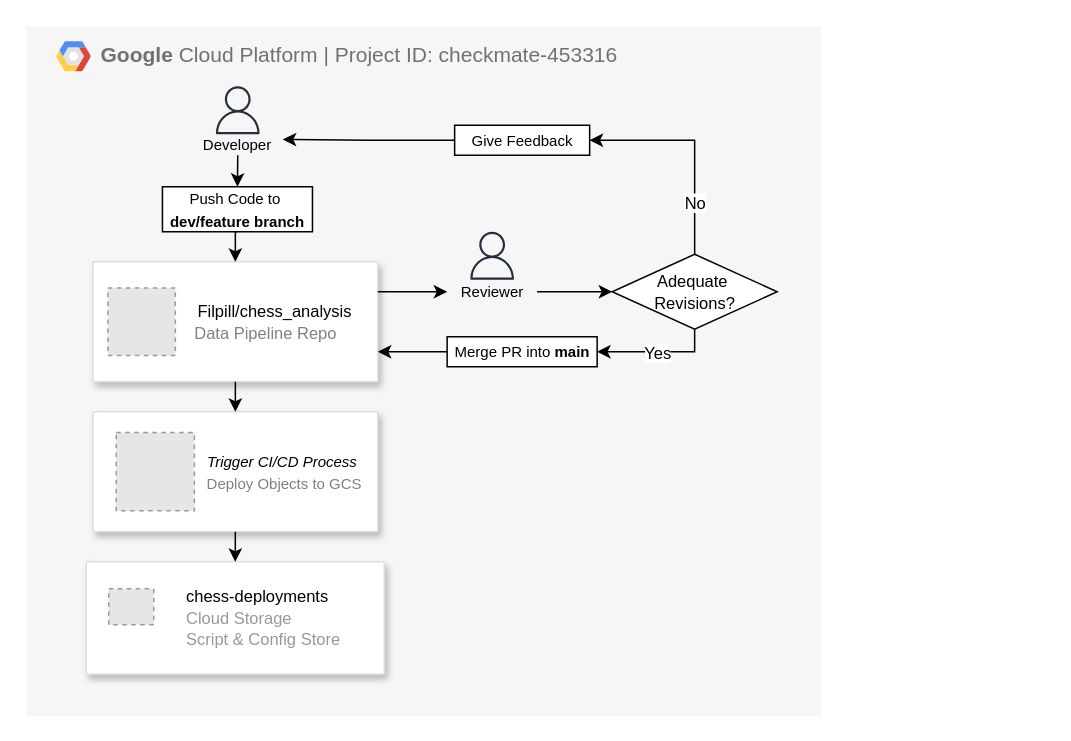
Above: page "Git CI/CD" (1 of 2) of diagrams/architecture/chess_pipeline_architecture.drawio in Filpill/chess_analysis (draw.io), before the change. Source tidied: cells renumbered, new cells numbered last; positions are measured from the earlier drawing's top-left corner, leaving out a move shared by most shapes. Both pictures are drawn from the tidied source at 150%, with x=0, y=0 at pixel (26, 26). Pictures stored in the file or linked from it are replaced by grey dashed boxes.
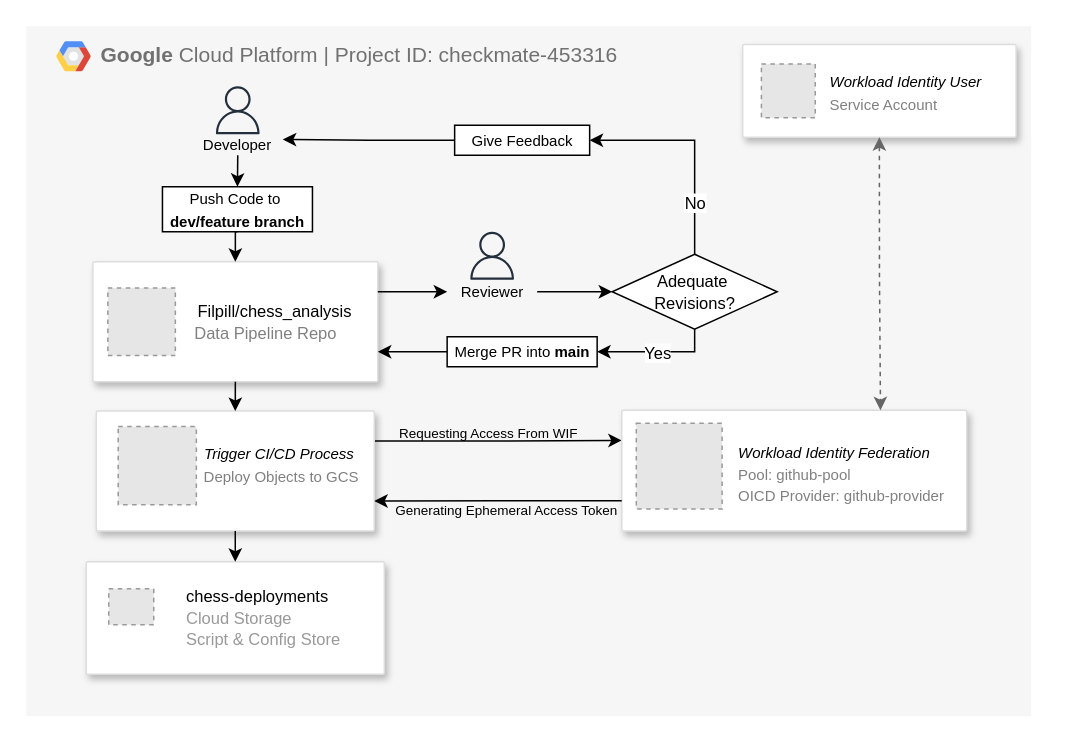
The same diagram, later.

Commit message (it also covers changes not shown here):
updating cicd diagram

The edit, as a diff of the source:
```diff
@@
     <mxCell id="2" value="&lt;b&gt;Google &lt;/b&gt;Cloud Platform | Project ID: checkmate-453316" style="fillColor=#F6F6F6;strokeColor=none;shadow=0;gradientColor=none;fontSize=14;align=left;spacing=10;fontColor=#717171;9E9E9E;verticalAlign=top;spacingTop=-4;fontStyle=0;spacingLeft=40;html=1;whiteSpace=wrap;" parent="1" vertex="1">
-      <mxGeometry width="530" height="460" as="geometry" />
+      <mxGeometry width="670" height="460" as="geometry" />
     </mxCell>
@@
+    <mxCell id="37" style="edgeStyle=orthogonalEdgeStyle;rounded=0;jettySize=auto;html=1;exitX=1;exitY=0.25;exitDx=0;exitDy=0;entryX=0;entryY=0.25;entryDx=0;entryDy=0;" parent="2" edge="1" source="4" target="44">
+      <mxGeometry relative="1" as="geometry" />
+    </mxCell>
     <mxCell id="4" style="strokeColor=#dddddd;shadow=1;strokeWidth=1;rounded=1;absoluteArcSize=1;arcSize=2;align=right;fontColor=#CCCCCC;" parent="2" vertex="1">
-      <mxGeometry x="44.4" y="257" width="190" height="80" as="geometry" />
+      <mxGeometry x="46.7" y="256.5" width="185.3" height="80" as="geometry" />
     </mxCell>
     <mxCell id="5" style="group;" parent="2" vertex="1">
-      <mxGeometry x="60" y="270.9" width="141.2" height="52.1" as="geometry" />
+      <mxGeometry x="61.3" y="266.9" width="178.5" height="52.1" as="geometry" />
     </mxCell>
+    <mxCell id="7" style="fillColor=#E6E6E6;strokeColor=#999999;dashed=1;" parent="5" vertex="1">
+      <mxGeometry width="52.1" height="52.1" as="geometry" />
+    </mxCell>
+    <mxCell id="38" style="group;" parent="2" vertex="1">
+      <mxGeometry x="497.7" y="4.2" width="182.3" height="61.8" as="geometry" />
+    </mxCell>
+    <mxCell id="39" style="group;" parent="38" vertex="1">
+      <mxGeometry x="-20.1" y="8" width="182.3" height="61.8" as="geometry" />
+    </mxCell>
+    <mxCell id="40" style="strokeColor=#dddddd;shadow=1;strokeWidth=1;rounded=1;absoluteArcSize=1;arcSize=2;align=right;fontColor=#CCCCCC;" parent="39" vertex="1">
+      <mxGeometry width="182.3" height="61.8" as="geometry" />
+    </mxCell>
+    <mxCell id="41" value="&lt;br&gt;&lt;div&gt;&lt;div style=&quot;text-wrap-mode: nowrap;&quot;&gt;&lt;font style=&quot;font-size: 10px; color: rgb(0, 0, 0);&quot;&gt;&lt;i style=&quot;&quot;&gt;Workload Identity User&lt;/i&gt;&lt;/font&gt;&lt;/div&gt;&lt;div style=&quot;text-wrap-mode: nowrap; color: rgb(153, 153, 153);&quot;&gt;&lt;span style=&quot;font-size: 10px; color: rgb(128, 128, 128); background-color: transparent;&quot;&gt;Service Account&lt;/span&gt;&lt;/div&gt;&lt;/div&gt;" style="text;html=1;align=left;verticalAlign=middle;whiteSpace=wrap;rounded=0;" parent="39" vertex="1">
+      <mxGeometry x="56.2" y="12.9" width="69.8" height="23.2" as="geometry" />
+    </mxCell>
+    <mxCell id="42" style="fillColor=#E6E6E6;strokeColor=#999999;dashed=1;" parent="39" vertex="1">
+      <mxGeometry x="12.5" y="12.9" width="35.9" height="35.9" as="geometry" />
+    </mxCell>
+    <mxCell id="43" style="group;" parent="2" vertex="1">
+      <mxGeometry x="397" y="256" width="230" height="80.5" as="geometry" />
+    </mxCell>
+    <mxCell id="44" style="strokeColor=#dddddd;shadow=1;strokeWidth=1;rounded=1;absoluteArcSize=1;arcSize=2;align=right;fontColor=#CCCCCC;" parent="43" vertex="1">
+      <mxGeometry width="230" height="80.5" as="geometry" />
+    </mxCell>
+    <mxCell id="45" value="&lt;br&gt;&lt;div&gt;&lt;div style=&quot;text-wrap-mode: nowrap;&quot;&gt;&lt;font style=&quot;font-size: 10px; color: rgb(0, 0, 0);&quot;&gt;&lt;i style=&quot;&quot;&gt;Workload Identity Federation&lt;/i&gt;&lt;/font&gt;&lt;/div&gt;&lt;div style=&quot;text-wrap-mode: nowrap; color: rgb(153, 153, 153);&quot;&gt;&lt;font color=&quot;#808080&quot;&gt;&lt;span style=&quot;font-size: 10px;&quot;&gt;Pool: github-pool&lt;/span&gt;&lt;/font&gt;&lt;/div&gt;&lt;/div&gt;&lt;div style=&quot;text-wrap-mode: nowrap; color: rgb(153, 153, 153);&quot;&gt;&lt;font color=&quot;#808080&quot;&gt;&lt;span style=&quot;font-size: 10px;&quot;&gt;OICD Provider: github-provider&lt;/span&gt;&lt;/font&gt;&lt;/div&gt;" style="text;html=1;align=left;verticalAlign=middle;whiteSpace=wrap;rounded=0;" parent="43" vertex="1">
+      <mxGeometry x="75.6" y="20.1" width="72.7" height="30.2" as="geometry" />
+    </mxCell>
+    <mxCell id="46" style="fillColor=#E6E6E6;strokeColor=#999999;dashed=1;" parent="43" vertex="1">
+      <mxGeometry x="9.7" y="8.7" width="57.2" height="57.2" as="geometry" />
+    </mxCell>
-    <mxCell id="6" value="&lt;br&gt;&lt;div&gt;&lt;i style=&quot;font-size: 11px; text-wrap-mode: nowrap;&quot;&gt;&lt;font style=&quot;font-size: 10px;&quot;&gt;Trigger CI/CD Process&lt;/font&gt;&lt;/i&gt;&lt;br&gt;&lt;div style=&quot;text-align: right; text-wrap-mode: nowrap; color: rgb(153, 153, 153);&quot;&gt;&lt;font style=&quot;font-size: 10px;&quot; color=&quot;#808080&quot;&gt;&amp;nbsp;Deploy Objects to GCS&lt;/font&gt;&lt;/div&gt;&lt;/div&gt;" style="text;html=1;align=center;verticalAlign=middle;whiteSpace=wrap;rounded=0;" parent="5" vertex="1">
-      <mxGeometry x="81.2" y="3.6" width="60" height="30" as="geometry" />
+    <mxCell id="6" value="&lt;br&gt;&lt;div&gt;&lt;i style=&quot;font-size: 11px; text-wrap-mode: nowrap;&quot;&gt;&lt;font style=&quot;font-size: 10px;&quot;&gt;Trigger CI/CD Process&lt;/font&gt;&lt;/i&gt;&lt;br&gt;&lt;div style=&quot;text-align: right; text-wrap-mode: nowrap; color: rgb(153, 153, 153);&quot;&gt;&lt;font style=&quot;font-size: 10px;&quot; color=&quot;#808080&quot;&gt;&amp;nbsp;Deploy Objects to GCS&lt;/font&gt;&lt;/div&gt;&lt;/div&gt;" style="text;html=1;align=center;verticalAlign=middle;whiteSpace=wrap;rounded=0;" parent="2" vertex="1">
+      <mxGeometry x="130" y="269.9" width="78" height="30" as="geometry" />
     </mxCell>
-    <mxCell id="7" style="fillColor=#E6E6E6;strokeColor=#999999;dashed=1;" parent="5" vertex="1">
-      <mxGeometry width="52.1" height="52.1" as="geometry" />
-    </mxCell>
+    <mxCell id="47" style="edgeStyle=orthogonalEdgeStyle;rounded=0;jettySize=auto;html=1;exitX=0;exitY=0.75;exitDx=0;exitDy=0;entryX=1;entryY=0.75;entryDx=0;entryDy=0;" parent="2" edge="1" source="44" target="4">
+      <mxGeometry relative="1" as="geometry" />
+    </mxCell>
+    <mxCell id="48" value="&lt;font style=&quot;font-size: 9px;&quot;&gt;Generating Ephemeral Access Token&lt;/font&gt;" style="text;html=1;align=center;verticalAlign=middle;whiteSpace=wrap;rounded=0;" parent="2" vertex="1">
+      <mxGeometry x="220" y="306.5" width="201" height="30" as="geometry" />
+    </mxCell>
+    <mxCell id="49" value="&lt;font style=&quot;font-size: 9px;&quot;&gt;Requesting Access From WIF&lt;/font&gt;" style="text;html=1;align=center;verticalAlign=middle;whiteSpace=wrap;rounded=0;" parent="2" vertex="1">
+      <mxGeometry x="208" y="256" width="201" height="30" as="geometry" />
+    </mxCell>
+    <mxCell id="50" style="edgeStyle=orthogonalEdgeStyle;rounded=0;jettySize=auto;html=1;exitX=0.5;exitY=1;exitDx=0;exitDy=0;entryX=0.75;entryY=0;entryDx=0;entryDy=0;startArrow=classic;startFill=1;fillColor=#f5f5f5;strokeColor=#666666;dashed=1;" parent="2" edge="1" source="40" target="44">
+      <mxGeometry relative="1" as="geometry" />
+    </mxCell>
```
